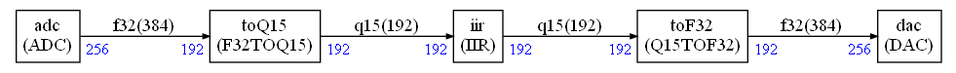
This is ComputeGraph/dsp.png from Arm-Examples/CMSIS-Stream-PoC, a Graphviz export, as it was before one commit. Its source is kept beside it as ComputeGraph/dsp.dot.
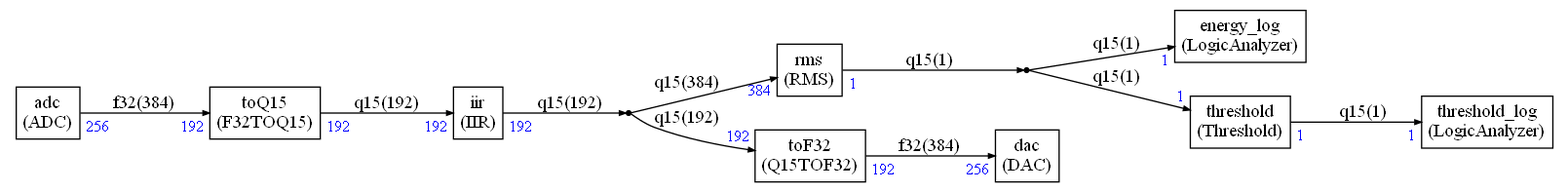
The same file after the commit.

Diff of the diagram source:
```diff
@@ -19,10 +19,42 @@
   </TR>
 </TABLE>>];
 
+dup0 [shape=point,label=dup0]
+
+dup1 [shape=point,label=dup1]
+
+energy_log [label=<
+<TABLE BORDER="0" CELLBORDER="1" CELLSPACING="0" CELLPADDING="4">
+  <TR>
+    <TD ALIGN="CENTER" PORT="i">energy_log<BR/>(LogicAnalyzer)</TD>
+  </TR>
+</TABLE>>];
+
 iir [label=<
 <TABLE BORDER="0" CELLBORDER="1" CELLSPACING="0" CELLPADDING="4">
   <TR>
     <TD ALIGN="CENTER" PORT="i">iir<BR/>(IIR)</TD>
+  </TR>
+</TABLE>>];
+
+rms [label=<
+<TABLE BORDER="0" CELLBORDER="1" CELLSPACING="0" CELLPADDING="4">
+  <TR>
+    <TD ALIGN="CENTER" PORT="i">rms<BR/>(RMS)</TD>
+  </TR>
+</TABLE>>];
+
+threshold [label=<
+<TABLE BORDER="0" CELLBORDER="1" CELLSPACING="0" CELLPADDING="4">
+  <TR>
+    <TD ALIGN="CENTER" PORT="i">threshold<BR/>(Threshold)</TD>
+  </TR>
+</TABLE>>];
+
+threshold_log [label=<
+<TABLE BORDER="0" CELLBORDER="1" CELLSPACING="0" CELLPADDING="4">
+  <TR>
+    <TD ALIGN="CENTER" PORT="i">threshold_log<BR/>(LogicAnalyzer)</TD>
   </TR>
 </TABLE>>];
 
@@ -54,17 +86,53 @@
 ,taillabel=<<TABLE BORDER="0" CELLPADDING="2"><TR><TD><FONT COLOR="blue" POINT-SIZE="12.0" >192</FONT>
 </TD></TR></TABLE>>]
 
-iir:i -> toF32:i [label="q15(192)"
-,headlabel=<<TABLE BORDER="0" CELLPADDING="2"><TR><TD><FONT COLOR="blue" POINT-SIZE="12.0" >192</FONT>
-</TD></TR></TABLE>>
-,taillabel=<<TABLE BORDER="0" CELLPADDING="2"><TR><TD><FONT COLOR="blue" POINT-SIZE="12.0" >192</FONT>
-</TD></TR></TABLE>>]
-
 toF32:i -> dac:i [label="f32(384)"
 ,headlabel=<<TABLE BORDER="0" CELLPADDING="2"><TR><TD><FONT COLOR="blue" POINT-SIZE="12.0" >256</FONT>
 </TD></TR></TABLE>>
 ,taillabel=<<TABLE BORDER="0" CELLPADDING="2"><TR><TD><FONT COLOR="blue" POINT-SIZE="12.0" >192</FONT>
 </TD></TR></TABLE>>]
 
+threshold:i -> threshold_log:i [label="q15(1)"
+,headlabel=<<TABLE BORDER="0" CELLPADDING="2"><TR><TD><FONT COLOR="blue" POINT-SIZE="12.0" >1</FONT>
+</TD></TR></TABLE>>
+,taillabel=<<TABLE BORDER="0" CELLPADDING="2"><TR><TD><FONT COLOR="blue" POINT-SIZE="12.0" >1</FONT>
+</TD></TR></TABLE>>]
+
+iir:i ->
+dup0 [label="q15(192)"
+
+,taillabel=<<TABLE BORDER="0" CELLPADDING="2"><TR><TD><FONT COLOR="blue" POINT-SIZE="12.0" >192</FONT>
+</TD></TR></TABLE>>]
+
+
+dup0 -> toF32:i [label="q15(192)"
+,headlabel=<<TABLE BORDER="0" CELLPADDING="2"><TR><TD><FONT COLOR="blue" POINT-SIZE="12.0" >192</FONT>
+</TD></TR></TABLE>>
+]
+
+
+dup0 -> rms:i [label="q15(384)"
+,headlabel=<<TABLE BORDER="0" CELLPADDING="2"><TR><TD><FONT COLOR="blue" POINT-SIZE="12.0" >384</FONT>
+</TD></TR></TABLE>>
+]
+
+rms:i ->
+dup1 [label="q15(1)"
+
+,taillabel=<<TABLE BORDER="0" CELLPADDING="2"><TR><TD><FONT COLOR="blue" POINT-SIZE="12.0" >1</FONT>
+</TD></TR></TABLE>>]
+
+
+dup1 -> threshold:i [label="q15(1)"
+,headlabel=<<TABLE BORDER="0" CELLPADDING="2"><TR><TD><FONT COLOR="blue" POINT-SIZE="12.0" >1</FONT>
+</TD></TR></TABLE>>
+]
+
+
+dup1 -> energy_log:i [label="q15(1)"
+,headlabel=<<TABLE BORDER="0" CELLPADDING="2"><TR><TD><FONT COLOR="blue" POINT-SIZE="12.0" >1</FONT>
+</TD></TR></TABLE>>
+]
+
 
 }
```
